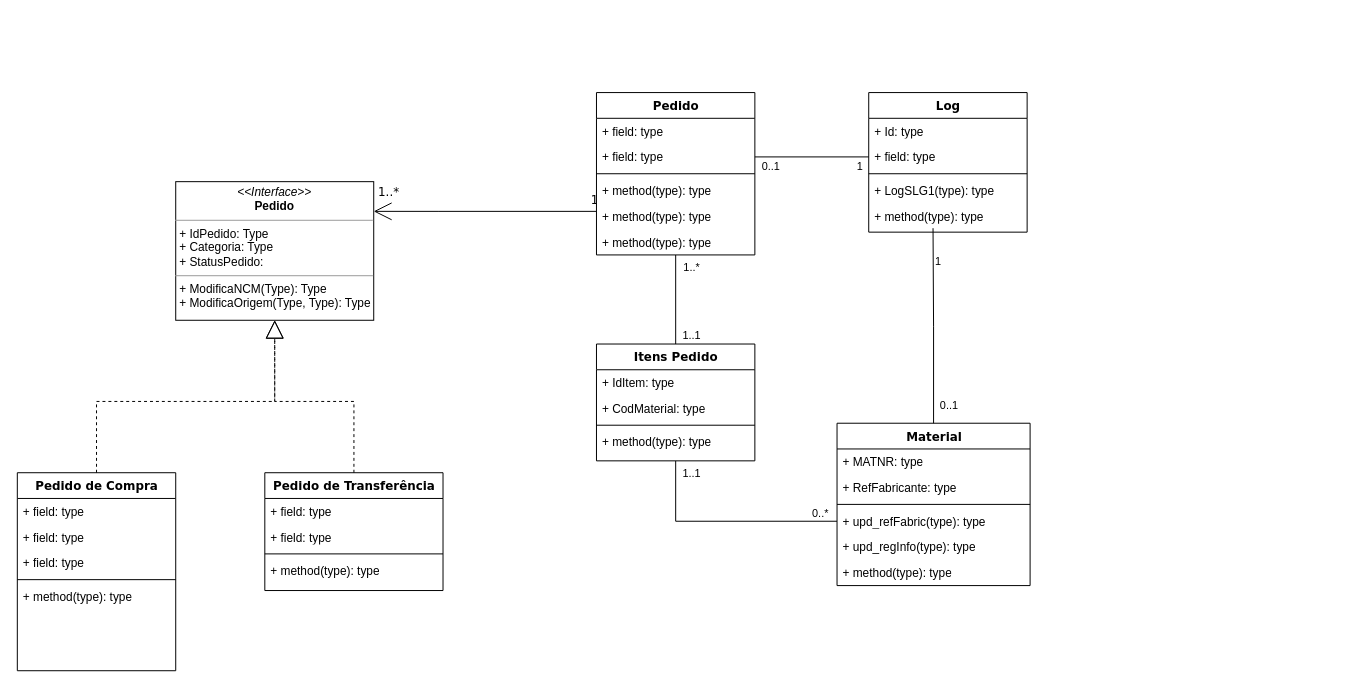
The draw.io diagram InvoiceCon_DC.drawio in fantinatto/draw.io, before the edit. Source tidied: cells renumbered, new cells numbered last; positions are measured from the earlier drawing's top-left corner, leaving out a move shared by most shapes. Both pictures are drawn from the tidied source at 99%, with x=0, y=0 at pixel (17, 92).
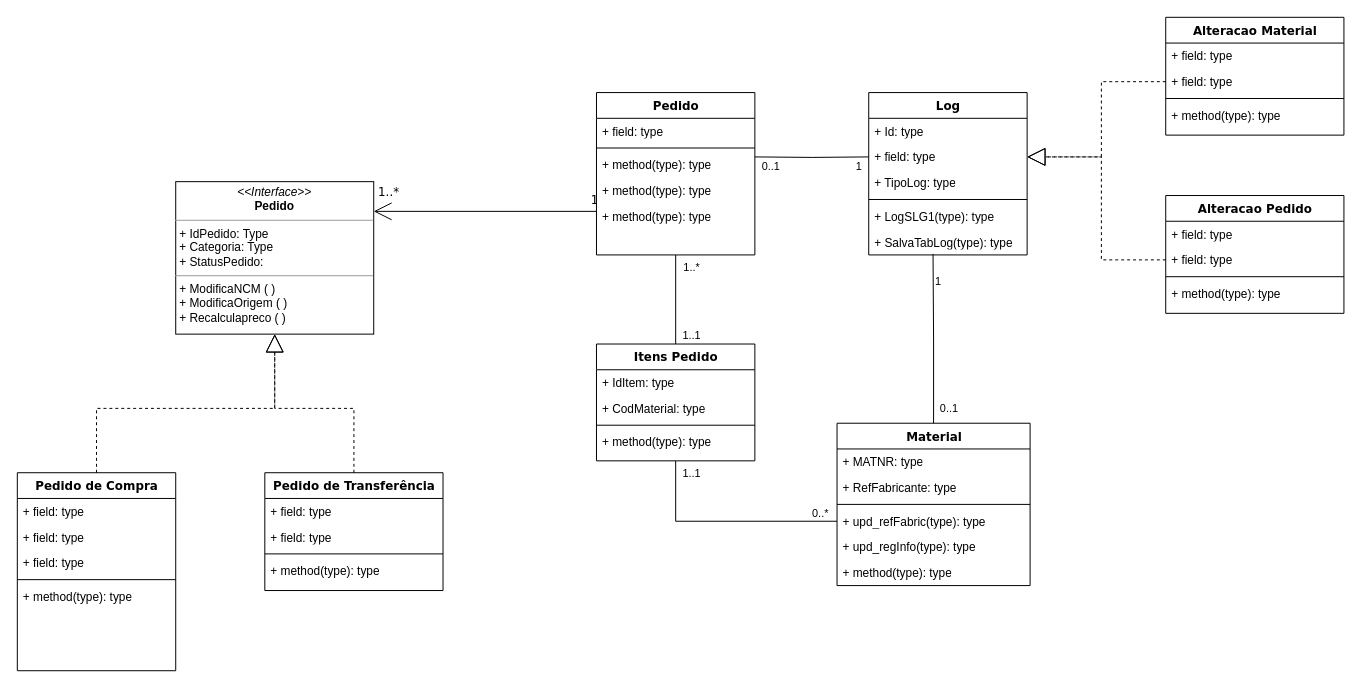
After the change.

Unchanged cells that the change refers to:
```xml
<mxCell id="23" value="Pedido" style="swimlane;html=1;fontStyle=1;align=center;verticalAlign=top;horizontal=1;startSize=26;swimlaneFillColor=#ffffff;rounded=0;shadow=0;comic=0;labelBackgroundColor=none;strokeWidth=1;fillColor=none;fontFamily=Verdana;fontSize=12;" parent="1" vertex="1">
  <mxGeometry x="585" width="160" height="164" as="geometry" />
</mxCell>
<mxCell id="39" value="+ field: type" style="text;html=1;strokeColor=none;fillColor=none;align=left;verticalAlign=top;spacingLeft=4;spacingRight=4;whiteSpace=wrap;overflow=hidden;points=[[0,0.5],[1,0.5]];portConstraint=eastwest;" parent="37" vertex="1">
  <mxGeometry y="52" width="160" height="26" as="geometry" />
</mxCell>
```

Change to the diagram source:
```diff
@@
-    <mxCell id="25" value="+ field: type" style="text;html=1;strokeColor=none;fillColor=none;align=left;verticalAlign=top;spacingLeft=4;spacingRight=4;whiteSpace=wrap;overflow=hidden;points=[[0,0.5],[1,0.5]];portConstraint=eastwest;" parent="23" vertex="1">
-      <mxGeometry y="52" width="160" height="26" as="geometry" />
-    </mxCell>
     <mxCell id="26" style="line;html=1;strokeWidth=1;fillColor=none;align=left;verticalAlign=middle;spacingTop=-1;spacingLeft=3;spacingRight=3;labelPosition=right;" parent="23" vertex="1">
-      <mxGeometry y="78" width="160" height="8" as="geometry" />
+      <mxGeometry y="52" width="160" height="8" as="geometry" />
     </mxCell>
     <mxCell id="27" value="+ method(type): type" style="text;html=1;strokeColor=none;fillColor=none;align=left;verticalAlign=top;spacingLeft=4;spacingRight=4;whiteSpace=wrap;overflow=hidden;" parent="23" vertex="1">
-      <mxGeometry y="86" width="160" height="26" as="geometry" />
+      <mxGeometry y="60" width="160" height="26" as="geometry" />
     </mxCell>
     <mxCell id="28" value="+ method(type): type" style="text;html=1;strokeColor=none;fillColor=none;align=left;verticalAlign=top;spacingLeft=4;spacingRight=4;whiteSpace=wrap;overflow=hidden;" parent="23" vertex="1">
-      <mxGeometry y="112" width="160" height="26" as="geometry" />
+      <mxGeometry y="86" width="160" height="26" as="geometry" />
     </mxCell>
     <mxCell id="29" value="+ method(type): type" style="text;html=1;strokeColor=none;fillColor=none;align=left;verticalAlign=top;spacingLeft=4;spacingRight=4;whiteSpace=wrap;overflow=hidden;" parent="23" vertex="1">
-      <mxGeometry y="138" width="160" height="26" as="geometry" />
+      <mxGeometry y="112" width="160" height="26" as="geometry" />
     </mxCell>
@@
-    <mxCell id="36" value="&lt;p style=&quot;margin:0px;margin-top:4px;text-align:center;&quot;&gt;&lt;i&gt;&amp;lt;&amp;lt;Interface&amp;gt;&amp;gt;&lt;/i&gt;&lt;br&gt;&lt;b&gt;Pedido&lt;/b&gt;&lt;/p&gt;&lt;hr size=&quot;1&quot;&gt;&lt;p style=&quot;margin:0px;margin-left:4px;&quot;&gt;+ IdPedido: Type&lt;br&gt;+ Categoria: Type&lt;/p&gt;&lt;p style=&quot;margin:0px;margin-left:4px;&quot;&gt;+ StatusPedido:&amp;nbsp;&lt;/p&gt;&lt;hr size=&quot;1&quot;&gt;&lt;p style=&quot;margin:0px;margin-left:4px;&quot;&gt;+ ModificaNCM(Type): Type&lt;br&gt;+ ModificaOrigem(Type, Type): Type&lt;/p&gt;" style="verticalAlign=top;align=left;overflow=fill;fontSize=12;fontFamily=Helvetica;html=1;rounded=0;shadow=0;comic=0;labelBackgroundColor=none;strokeWidth=1;" parent="1" vertex="1">
-      <mxGeometry x="160" y="90" width="200" height="140" as="geometry" />
+    <mxCell id="36" value="&lt;p style=&quot;margin:0px;margin-top:4px;text-align:center;&quot;&gt;&lt;i&gt;&amp;lt;&amp;lt;Interface&amp;gt;&amp;gt;&lt;/i&gt;&lt;br&gt;&lt;b&gt;Pedido&lt;/b&gt;&lt;/p&gt;&lt;hr size=&quot;1&quot;&gt;&lt;p style=&quot;margin:0px;margin-left:4px;&quot;&gt;+ IdPedido: Type&lt;br&gt;+ Categoria: Type&lt;/p&gt;&lt;p style=&quot;margin:0px;margin-left:4px;&quot;&gt;+ StatusPedido:&amp;nbsp;&lt;/p&gt;&lt;hr size=&quot;1&quot;&gt;&lt;p style=&quot;margin:0px;margin-left:4px;&quot;&gt;+ ModificaNCM ( )&lt;br&gt;+ ModificaOrigem ( )&lt;/p&gt;&lt;p style=&quot;margin:0px;margin-left:4px;&quot;&gt;+ Recalculapreco ( )&lt;/p&gt;" style="verticalAlign=top;align=left;overflow=fill;fontSize=12;fontFamily=Helvetica;html=1;rounded=0;shadow=0;comic=0;labelBackgroundColor=none;strokeWidth=1;" parent="1" vertex="1">
+      <mxGeometry x="160" y="90" width="200" height="154" as="geometry" />
     </mxCell>
     <mxCell id="37" value="Log" style="swimlane;html=1;fontStyle=1;align=center;verticalAlign=top;horizontal=1;startSize=26;swimlaneFillColor=#ffffff;rounded=0;shadow=0;comic=0;labelBackgroundColor=none;strokeWidth=1;fillColor=none;fontFamily=Verdana;fontSize=12;" parent="1" vertex="1">
-      <mxGeometry x="860" width="160" height="141" as="geometry" />
+      <mxGeometry x="860" width="160" height="164" as="geometry" />
     </mxCell>
@@
+    <mxCell id="56" value="+ TipoLog: type" style="text;html=1;strokeColor=none;fillColor=none;align=left;verticalAlign=top;spacingLeft=4;spacingRight=4;whiteSpace=wrap;overflow=hidden;" parent="37" vertex="1">
+      <mxGeometry y="78" width="160" height="26" as="geometry" />
+    </mxCell>
     <mxCell id="40" style="line;html=1;strokeWidth=1;fillColor=none;align=left;verticalAlign=middle;spacingTop=-1;spacingLeft=3;spacingRight=3;labelPosition=right;" parent="37" vertex="1">
-      <mxGeometry y="78" width="160" height="8" as="geometry" />
+      <mxGeometry y="104" width="160" height="8" as="geometry" />
     </mxCell>
     <mxCell id="41" value="+ LogSLG1(type): type" style="text;html=1;strokeColor=none;fillColor=none;align=left;verticalAlign=top;spacingLeft=4;spacingRight=4;whiteSpace=wrap;overflow=hidden;" parent="37" vertex="1">
-      <mxGeometry y="86" width="160" height="26" as="geometry" />
+      <mxGeometry y="112" width="160" height="26" as="geometry" />
     </mxCell>
-    <mxCell id="42" value="+ method(type): type" style="text;html=1;strokeColor=none;fillColor=none;align=left;verticalAlign=top;spacingLeft=4;spacingRight=4;whiteSpace=wrap;overflow=hidden;points=[[0,0.5],[1,0.5]];portConstraint=eastwest;" parent="37" vertex="1">
-      <mxGeometry y="112" width="160" height="26" as="geometry" />
+    <mxCell id="42" value="+ SalvaTabLog(type): type" style="text;html=1;strokeColor=none;fillColor=none;align=left;verticalAlign=top;spacingLeft=4;spacingRight=4;whiteSpace=wrap;overflow=hidden;points=[[0,0.5],[1,0.5]];portConstraint=eastwest;" parent="37" vertex="1">
+      <mxGeometry y="138" width="160" height="26" as="geometry" />
     </mxCell>
-    <mxCell id="43" style="edgeStyle=orthogonalEdgeStyle;rounded=0;jettySize=auto;html=1;endArrow=none;endFill=0;" parent="1" edge="1" source="25" target="39">
-      <mxGeometry relative="1" as="geometry" />
+    <mxCell id="43" style="edgeStyle=orthogonalEdgeStyle;rounded=0;jettySize=auto;html=1;endArrow=none;endFill=0;" parent="1" edge="1" target="39">
+      <mxGeometry relative="1" as="geometry">
+        <mxPoint x="745" y="65" as="sourcePoint" />
+      </mxGeometry>
     </mxCell>
@@
+    <mxCell id="57" value="Alteracao Material" style="swimlane;html=1;fontStyle=1;align=center;verticalAlign=top;horizontal=1;startSize=26;swimlaneFillColor=#ffffff;rounded=0;shadow=0;comic=0;labelBackgroundColor=none;strokeWidth=1;fillColor=none;fontFamily=Verdana;fontSize=12;" parent="1" vertex="1">
+      <mxGeometry x="1160" y="-76" width="180" height="119" as="geometry" />
+    </mxCell>
+    <mxCell id="58" value="+ field: type" style="text;html=1;strokeColor=none;fillColor=none;align=left;verticalAlign=top;spacingLeft=4;spacingRight=4;whiteSpace=wrap;overflow=hidden;" parent="57" vertex="1">
+      <mxGeometry y="26" width="180" height="26" as="geometry" />
+    </mxCell>
+    <mxCell id="59" value="+ field: type" style="text;html=1;strokeColor=none;fillColor=none;align=left;verticalAlign=top;spacingLeft=4;spacingRight=4;whiteSpace=wrap;overflow=hidden;points=[[0,0.5],[1,0.5]];portConstraint=eastwest;" parent="57" vertex="1">
+      <mxGeometry y="52" width="180" height="26" as="geometry" />
+    </mxCell>
+    <mxCell id="60" style="line;html=1;strokeWidth=1;fillColor=none;align=left;verticalAlign=middle;spacingTop=-1;spacingLeft=3;spacingRight=3;labelPosition=right;" parent="57" vertex="1">
+      <mxGeometry y="78" width="180" height="8" as="geometry" />
+    </mxCell>
+    <mxCell id="61" value="+ method(type): type" style="text;html=1;strokeColor=none;fillColor=none;align=left;verticalAlign=top;spacingLeft=4;spacingRight=4;whiteSpace=wrap;overflow=hidden;" parent="57" vertex="1">
+      <mxGeometry y="86" width="180" height="26" as="geometry" />
+    </mxCell>
+    <mxCell id="62" value="Alteracao Pedido" style="swimlane;html=1;fontStyle=1;align=center;verticalAlign=top;horizontal=1;startSize=26;swimlaneFillColor=#ffffff;rounded=0;shadow=0;comic=0;labelBackgroundColor=none;strokeWidth=1;fillColor=none;fontFamily=Verdana;fontSize=12;" parent="1" vertex="1">
+      <mxGeometry x="1160" y="104" width="180" height="119" as="geometry" />
+    </mxCell>
+    <mxCell id="63" value="+ field: type" style="text;html=1;strokeColor=none;fillColor=none;align=left;verticalAlign=top;spacingLeft=4;spacingRight=4;whiteSpace=wrap;overflow=hidden;" parent="62" vertex="1">
+      <mxGeometry y="26" width="180" height="26" as="geometry" />
+    </mxCell>
+    <mxCell id="64" value="+ field: type" style="text;html=1;strokeColor=none;fillColor=none;align=left;verticalAlign=top;spacingLeft=4;spacingRight=4;whiteSpace=wrap;overflow=hidden;points=[[0,0.5],[1,0.5]];portConstraint=eastwest;" parent="62" vertex="1">
+      <mxGeometry y="52" width="180" height="26" as="geometry" />
+    </mxCell>
+    <mxCell id="65" style="line;html=1;strokeWidth=1;fillColor=none;align=left;verticalAlign=middle;spacingTop=-1;spacingLeft=3;spacingRight=3;labelPosition=right;" parent="62" vertex="1">
+      <mxGeometry y="78" width="180" height="8" as="geometry" />
+    </mxCell>
+    <mxCell id="66" value="+ method(type): type" style="text;html=1;strokeColor=none;fillColor=none;align=left;verticalAlign=top;spacingLeft=4;spacingRight=4;whiteSpace=wrap;overflow=hidden;" parent="62" vertex="1">
+      <mxGeometry y="86" width="180" height="26" as="geometry" />
+    </mxCell>
+    <mxCell id="67" style="edgeStyle=orthogonalEdgeStyle;rounded=0;jettySize=auto;html=1;entryX=1;entryY=0.5;entryDx=0;entryDy=0;dashed=1;strokeColor=default;align=center;verticalAlign=middle;fontFamily=Verdana;fontSize=12;fontColor=default;labelBackgroundColor=none;startArrow=none;startFill=0;startSize=8;endArrow=block;endFill=0;endSize=16;" parent="1" edge="1" source="59" target="39">
+      <mxGeometry relative="1" as="geometry" />
+    </mxCell>
+    <mxCell id="68" style="edgeStyle=orthogonalEdgeStyle;rounded=0;jettySize=auto;html=1;entryX=1;entryY=0.5;entryDx=0;entryDy=0;dashed=1;strokeColor=default;align=center;verticalAlign=middle;fontFamily=Verdana;fontSize=12;fontColor=default;labelBackgroundColor=none;startArrow=none;startFill=0;startSize=8;endArrow=block;endFill=0;endSize=16;" parent="1" edge="1" source="64" target="39">
+      <mxGeometry relative="1" as="geometry" />
+    </mxCell>
```
